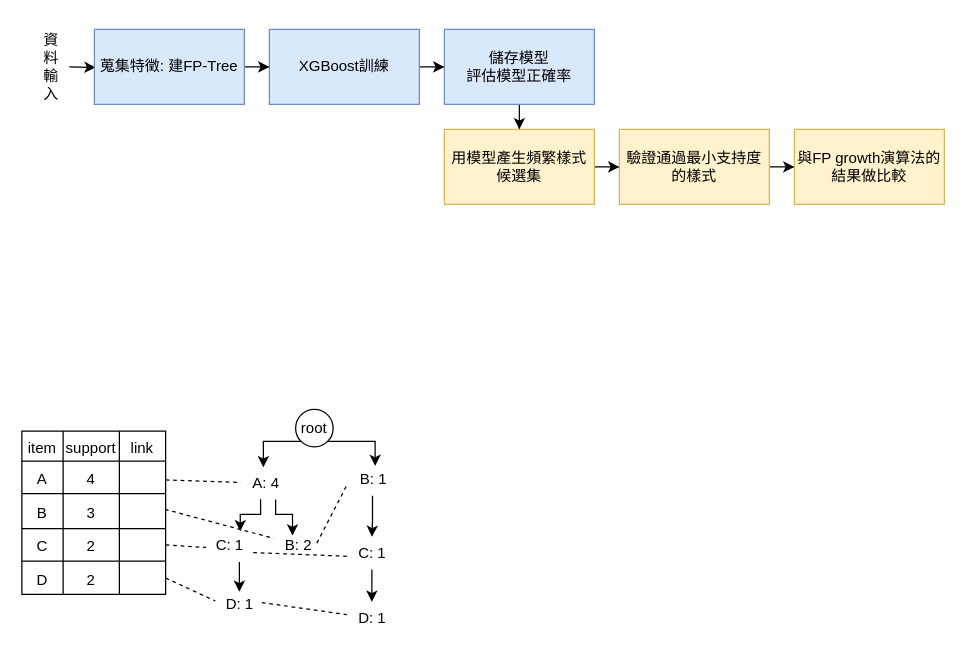
The draw.io diagram figures/flowchart/fpgrowth.drawio in zoezou9/fp_mining, before the edit. Source tidied: cells renumbered, new cells numbered last; positions are measured from the earlier drawing's top-left corner, leaving out a move shared by most shapes. Both pictures are drawn from the tidied source at 125%, with x=0, y=0 at pixel (21, 21).
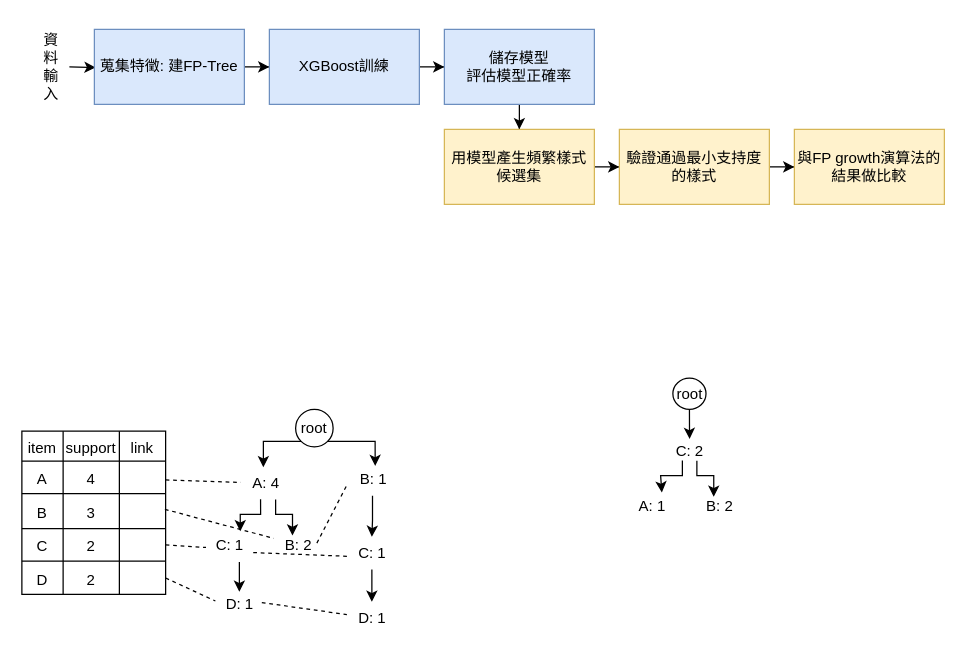
Above is the later version.

The edit, as a diff of the source:
```diff
@@
+    <mxCell id="58" style="edgeStyle=orthogonalEdgeStyle;rounded=0;jettySize=auto;html=1;entryX=0.504;entryY=0.103;entryDx=0;entryDy=0;entryPerimeter=0;" parent="1" edge="1" source="59" target="60">
+      <mxGeometry relative="1" as="geometry" />
+    </mxCell>
+    <mxCell id="59" value="root" style="ellipse;whiteSpace=wrap;html=1;" parent="1" vertex="1">
+      <mxGeometry x="520.8" y="285" width="26.5" height="25" as="geometry" />
+    </mxCell>
+    <mxCell id="60" value="C: 2" style="text;html=1;align=center;verticalAlign=middle;points=[];strokeColor=none;fillColor=none;" parent="1" vertex="1">
+      <mxGeometry x="514" y="331" width="40" height="26" as="geometry" />
+    </mxCell>
+    <mxCell id="61" value="B: 2" style="text;html=1;align=center;verticalAlign=middle;strokeColor=none;fillColor=none;" parent="1" vertex="1">
+      <mxGeometry x="538" y="375" width="39" height="26" as="geometry" />
+    </mxCell>
+    <mxCell id="62" value="A: 1" style="text;html=1;align=center;verticalAlign=middle;points=[];strokeColor=none;fillColor=none;" parent="1" vertex="1">
+      <mxGeometry x="484" y="375" width="39" height="26" as="geometry" />
+    </mxCell>
+    <mxCell id="63" style="edgeStyle=orthogonalEdgeStyle;rounded=0;jettySize=auto;html=1;entryX=0.718;entryY=0.059;entryDx=0;entryDy=0;entryPerimeter=0;exitX=0.409;exitY=0.996;exitDx=0;exitDy=0;exitPerimeter=0;" parent="1" edge="1" target="62">
+      <mxGeometry relative="1" as="geometry">
+        <mxPoint x="528.4" y="350.9" as="sourcePoint" />
+        <Array as="points">
+          <mxPoint x="528" y="363" />
+          <mxPoint x="511" y="363" />
+        </Array>
+      </mxGeometry>
+    </mxCell>
+    <mxCell id="64" style="edgeStyle=orthogonalEdgeStyle;rounded=0;orthogonalLoop=1;jettySize=auto;html=1;entryX=0.718;entryY=0.059;entryDx=0;entryDy=0;entryPerimeter=0;" parent="1" edge="1">
+      <mxGeometry relative="1" as="geometry">
+        <mxPoint x="540" y="351" as="sourcePoint" />
+        <mxPoint x="553.5" y="380" as="targetPoint" />
+        <Array as="points">
+          <mxPoint x="540" y="363" />
+          <mxPoint x="554" y="363" />
+        </Array>
+      </mxGeometry>
+    </mxCell>
```
